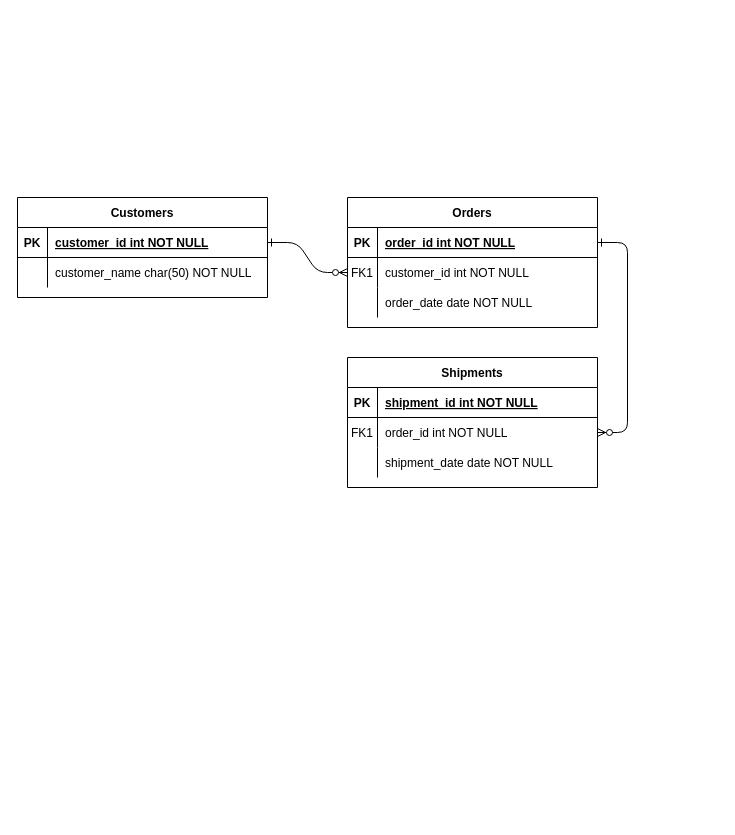
The draw.io diagram Diagrama sin título.drawio in GaabiDR/Coderhouse-Data-Analytics, before the edit. Source tidied: cells renumbered, new cells numbered last; positions are measured from the earlier drawing's top-left corner, leaving out a move shared by most shapes. Both pictures are drawn from the tidied source at 100%, with x=0, y=0 at pixel (17, 197).
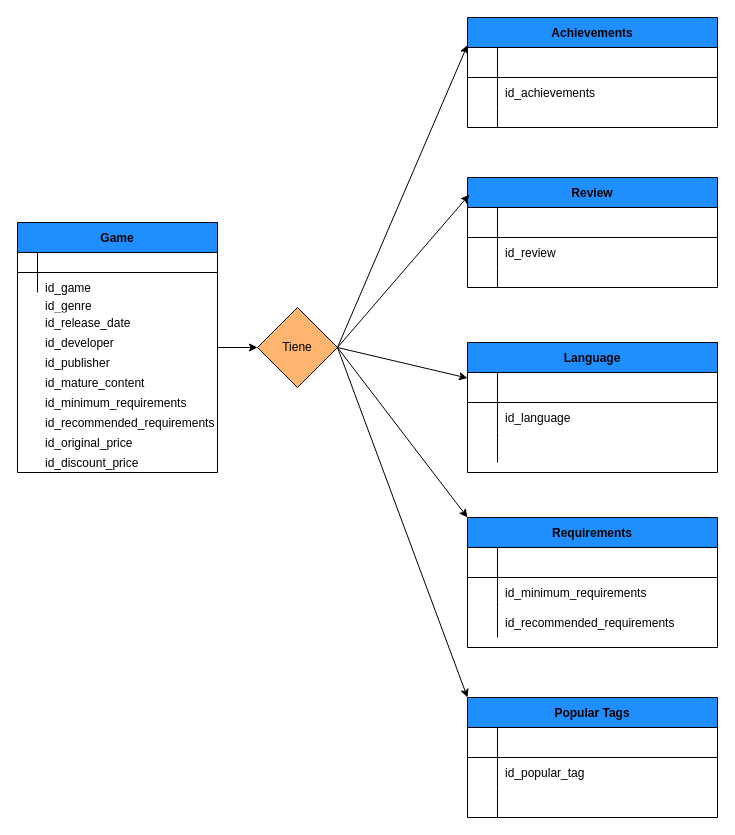
After the change.

Unchanged cells that the change refers to:
```xml
<mxCell id="5" style="shape=partialRectangle;fillColor=none;points=[[0,0.5],[1,0.5]];portConstraint=eastwest;top=0;left=0;right=0;bottom=1;" parent="4" vertex="1">
  <mxGeometry y="30" width="250" height="30" as="geometry" />
</mxCell>
<mxCell id="8" style="shape=partialRectangle;fillColor=none;points=[[0,0.5],[1,0.5]];portConstraint=eastwest;top=0;left=0;right=0;bottom=0;" parent="4" vertex="1">
  <mxGeometry y="60" width="250" height="30" as="geometry" />
</mxCell>
<mxCell id="15" style="shape=partialRectangle;fillColor=none;top=0;left=0;right=0;bottom=1;" parent="14" vertex="1">
  <mxGeometry y="30" width="250" height="30" as="geometry" />
</mxCell>
<mxCell id="18" style="shape=partialRectangle;fillColor=none;points=[[0,0.5],[1,0.5]];portConstraint=eastwest;top=0;left=0;right=0;bottom=0;" parent="14" vertex="1">
  <mxGeometry y="60" width="250" height="30" as="geometry" />
</mxCell>
<mxCell id="21" style="shape=partialRectangle;fillColor=none;top=0;left=0;right=0;bottom=0;" parent="14" vertex="1">
  <mxGeometry y="90" width="250" height="30" as="geometry" />
</mxCell>
```

What changed in the source:
```diff
@@
-    <mxCell id="2" style="edgeStyle=entityRelationEdgeStyle;endArrow=ERzeroToMany;startArrow=ERone;endFill=1;startFill=0;" parent="1" edge="1" source="25" target="8">
-      <mxGeometry relative="1" as="geometry" />
-    </mxCell>
-    <mxCell id="3" style="edgeStyle=entityRelationEdgeStyle;endArrow=ERzeroToMany;startArrow=ERone;endFill=1;startFill=0;" parent="1" edge="1" source="5" target="18">
-      <mxGeometry relative="1" as="geometry" />
-    </mxCell>
-    <mxCell id="4" value="Orders" style="shape=table;startSize=30;childLayout=tableLayout;rowLines=0;fontStyle=1;align=center;" parent="1" vertex="1">
-      <mxGeometry x="330" width="250" height="130" as="geometry" />
+    <mxCell id="4" value="Review" style="shape=table;startSize=30;childLayout=tableLayout;rowLines=0;fontStyle=1;align=center;fillColor=#1F8FFF;" parent="1" vertex="1">
+      <mxGeometry x="450" y="-20" width="250" height="110" as="geometry" />
     </mxCell>
@@
-    <mxCell id="6" value="PK" style="shape=partialRectangle;overflow=hidden;fillColor=none;top=0;left=0;bottom=0;right=0;fontStyle=1;" parent="5" vertex="1">
+    <mxCell id="6" style="shape=partialRectangle;overflow=hidden;fillColor=none;top=0;left=0;bottom=0;right=0;fontStyle=1;" parent="5" vertex="1">
       <mxGeometry width="30" height="30" as="geometry" />
     </mxCell>
-    <mxCell id="7" value="order_id int NOT NULL " style="shape=partialRectangle;overflow=hidden;fillColor=none;top=0;left=0;bottom=0;right=0;align=left;spacingLeft=6;fontStyle=5;" parent="5" vertex="1">
+    <mxCell id="7" style="shape=partialRectangle;overflow=hidden;fillColor=none;top=0;left=0;bottom=0;right=0;align=left;spacingLeft=6;fontStyle=5;" parent="5" vertex="1">
       <mxGeometry x="30" width="220" height="30" as="geometry" />
     </mxCell>
@@
-    <mxCell id="9" value="FK1" style="shape=partialRectangle;overflow=hidden;fillColor=none;top=0;left=0;bottom=0;right=0;" parent="8" vertex="1">
+    <mxCell id="9" style="shape=partialRectangle;overflow=hidden;fillColor=none;top=0;left=0;bottom=0;right=0;" parent="8" vertex="1">
       <mxGeometry width="30" height="30" as="geometry" />
     </mxCell>
-    <mxCell id="10" value="customer_id int NOT NULL" style="shape=partialRectangle;overflow=hidden;fillColor=none;top=0;left=0;bottom=0;right=0;align=left;spacingLeft=6;" parent="8" vertex="1">
+    <mxCell id="10" value="id_review" style="shape=partialRectangle;overflow=hidden;fillColor=none;top=0;left=0;bottom=0;right=0;align=left;spacingLeft=6;" parent="8" vertex="1">
       <mxGeometry x="30" width="220" height="30" as="geometry" />
     </mxCell>
     <mxCell id="11" style="shape=partialRectangle;fillColor=none;top=0;left=0;right=0;bottom=0;" parent="4" vertex="1">
-      <mxGeometry y="90" width="250" height="30" as="geometry" />
+      <mxGeometry y="90" width="250" height="20" as="geometry" />
     </mxCell>
     <mxCell id="12" style="shape=partialRectangle;overflow=hidden;fillColor=none;top=0;left=0;bottom=0;right=0;" parent="11" vertex="1">
-      <mxGeometry width="30" height="30" as="geometry" />
+      <mxGeometry width="30" height="20" as="geometry" />
     </mxCell>
-    <mxCell id="13" value="order_date date NOT NULL" style="shape=partialRectangle;overflow=hidden;fillColor=none;top=0;left=0;bottom=0;right=0;align=left;spacingLeft=6;" parent="11" vertex="1">
-      <mxGeometry x="30" width="220" height="30" as="geometry" />
+    <mxCell id="13" style="shape=partialRectangle;overflow=hidden;fillColor=none;top=0;left=0;bottom=0;right=0;align=left;spacingLeft=6;" parent="11" vertex="1">
+      <mxGeometry x="30" width="220" height="20" as="geometry" />
     </mxCell>
-    <mxCell id="14" value="Shipments" style="shape=table;startSize=30;childLayout=tableLayout;rowLines=0;fontStyle=1;align=center;" parent="1" vertex="1">
-      <mxGeometry x="330" y="160" width="250" height="130" as="geometry" />
+    <mxCell id="14" value="Language" style="shape=table;startSize=30;childLayout=tableLayout;rowLines=0;fontStyle=1;align=center;fillColor=#1F8FFF;" parent="1" vertex="1">
+      <mxGeometry x="450" y="145" width="250" height="130" as="geometry" />
     </mxCell>
@@
-    <mxCell id="16" value="PK" style="shape=partialRectangle;overflow=hidden;fillColor=none;top=0;left=0;bottom=0;right=0;fontStyle=1;" parent="15" vertex="1">
+    <mxCell id="16" style="shape=partialRectangle;overflow=hidden;fillColor=none;top=0;left=0;bottom=0;right=0;fontStyle=1;" parent="15" vertex="1">
       <mxGeometry width="30" height="30" as="geometry" />
     </mxCell>
-    <mxCell id="17" value="shipment_id int NOT NULL " style="shape=partialRectangle;overflow=hidden;fillColor=none;top=0;left=0;bottom=0;right=0;align=left;spacingLeft=6;fontStyle=5;" parent="15" vertex="1">
+    <mxCell id="17" style="shape=partialRectangle;overflow=hidden;fillColor=none;top=0;left=0;bottom=0;right=0;align=left;spacingLeft=6;fontStyle=5;" parent="15" vertex="1">
       <mxGeometry x="30" width="220" height="30" as="geometry" />
     </mxCell>
@@
-    <mxCell id="19" value="FK1" style="shape=partialRectangle;overflow=hidden;fillColor=none;top=0;left=0;bottom=0;right=0;" parent="18" vertex="1">
+    <mxCell id="19" style="shape=partialRectangle;overflow=hidden;fillColor=none;top=0;left=0;bottom=0;right=0;" parent="18" vertex="1">
       <mxGeometry width="30" height="30" as="geometry" />
     </mxCell>
-    <mxCell id="20" value="order_id int NOT NULL" style="shape=partialRectangle;overflow=hidden;fillColor=none;top=0;left=0;bottom=0;right=0;align=left;spacingLeft=6;" parent="18" vertex="1">
+    <mxCell id="20" value="id_language" style="shape=partialRectangle;overflow=hidden;fillColor=none;top=0;left=0;bottom=0;right=0;align=left;spacingLeft=6;" parent="18" vertex="1">
       <mxGeometry x="30" width="220" height="30" as="geometry" />
     </mxCell>
@@
-    <mxCell id="23" value="shipment_date date NOT NULL" style="shape=partialRectangle;overflow=hidden;fillColor=none;top=0;left=0;bottom=0;right=0;align=left;spacingLeft=6;" parent="21" vertex="1">
+    <mxCell id="23" style="shape=partialRectangle;overflow=hidden;fillColor=none;top=0;left=0;bottom=0;right=0;align=left;spacingLeft=6;" parent="21" vertex="1">
       <mxGeometry x="30" width="220" height="30" as="geometry" />
     </mxCell>
-    <mxCell id="24" value="Customers" style="shape=table;startSize=30;childLayout=tableLayout;rowLines=0;fontStyle=1;align=center;" parent="1" vertex="1">
-      <mxGeometry width="250" height="100" as="geometry" />
+    <mxCell id="24" value="Game" style="shape=table;startSize=30;childLayout=tableLayout;rowLines=0;fontStyle=1;align=center;fillColor=#1F8FFF;" parent="1" vertex="1">
+      <mxGeometry y="25" width="200" height="250" as="geometry" />
     </mxCell>
     <mxCell id="25" style="shape=partialRectangle;fillColor=none;points=[[0,0.5],[1,0.5]];portConstraint=eastwest;top=0;left=0;right=0;bottom=1;" parent="24" vertex="1">
-      <mxGeometry y="30" width="250" height="30" as="geometry" />
+      <mxGeometry y="30" width="200" height="20" as="geometry" />
     </mxCell>
-    <mxCell id="26" value="PK" style="shape=partialRectangle;overflow=hidden;fillColor=none;top=0;left=0;bottom=0;right=0;fontStyle=1;" parent="25" vertex="1">
-      <mxGeometry width="30" height="30" as="geometry" />
+    <mxCell id="26" style="shape=partialRectangle;overflow=hidden;fillColor=none;top=0;left=0;bottom=0;right=0;fontStyle=1;" parent="25" vertex="1">
+      <mxGeometry width="20" height="20" as="geometry" />
     </mxCell>
-    <mxCell id="27" value="customer_id int NOT NULL " style="shape=partialRectangle;overflow=hidden;fillColor=none;top=0;left=0;bottom=0;right=0;align=left;spacingLeft=6;fontStyle=5;" parent="25" vertex="1">
-      <mxGeometry x="30" width="220" height="30" as="geometry" />
+    <mxCell id="27" style="shape=partialRectangle;overflow=hidden;fillColor=none;top=0;left=0;bottom=0;right=0;align=left;spacingLeft=6;fontStyle=5;" parent="25" vertex="1">
+      <mxGeometry x="20" width="180" height="20" as="geometry" />
     </mxCell>
     <mxCell id="28" style="shape=partialRectangle;fillColor=none;top=0;left=0;right=0;bottom=0;" parent="24" vertex="1">
-      <mxGeometry y="60" width="250" height="30" as="geometry" />
+      <mxGeometry y="50" width="200" height="20" as="geometry" />
     </mxCell>
     <mxCell id="29" style="shape=partialRectangle;overflow=hidden;fillColor=none;top=0;left=0;bottom=0;right=0;" parent="28" vertex="1">
-      <mxGeometry width="30" height="30" as="geometry" />
+      <mxGeometry width="20" height="20" as="geometry" />
     </mxCell>
-    <mxCell id="30" value="customer_name char(50) NOT NULL" style="shape=partialRectangle;overflow=hidden;fillColor=none;top=0;left=0;bottom=0;right=0;align=left;spacingLeft=6;" parent="28" vertex="1">
-      <mxGeometry x="30" width="220" height="30" as="geometry" />
+    <mxCell id="30" style="shape=partialRectangle;overflow=hidden;fillColor=none;top=0;left=0;bottom=0;right=0;align=left;spacingLeft=6;" parent="28" vertex="1">
+      <mxGeometry x="20" width="180" height="20" as="geometry" />
     </mxCell>
+    <mxCell id="31" value="Requirements" style="shape=table;startSize=30;childLayout=tableLayout;rowLines=0;fontStyle=1;align=center;fillColor=#1F8FFF;" parent="1" vertex="1">
+      <mxGeometry x="450" y="320" width="250" height="130" as="geometry" />
+    </mxCell>
+    <mxCell id="32" style="shape=partialRectangle;fillColor=none;top=0;left=0;right=0;bottom=1;" parent="31" vertex="1">
+      <mxGeometry y="30" width="250" height="30" as="geometry" />
+    </mxCell>
+    <mxCell id="33" style="shape=partialRectangle;overflow=hidden;fillColor=none;top=0;left=0;bottom=0;right=0;fontStyle=1;" parent="32" vertex="1">
+      <mxGeometry width="30" height="30" as="geometry" />
+    </mxCell>
+    <mxCell id="34" style="shape=partialRectangle;overflow=hidden;fillColor=none;top=0;left=0;bottom=0;right=0;align=left;spacingLeft=6;fontStyle=5;" parent="32" vertex="1">
+      <mxGeometry x="30" width="220" height="30" as="geometry" />
+    </mxCell>
+    <mxCell id="35" style="shape=partialRectangle;fillColor=none;top=0;left=0;right=0;bottom=0;" parent="31" vertex="1">
+      <mxGeometry y="60" width="250" height="30" as="geometry" />
+    </mxCell>
+    <mxCell id="36" style="shape=partialRectangle;overflow=hidden;fillColor=none;top=0;left=0;bottom=0;right=0;" parent="35" vertex="1">
+      <mxGeometry width="30" height="30" as="geometry" />
+    </mxCell>
+    <mxCell id="37" value="id_minimum_requirements" style="shape=partialRectangle;overflow=hidden;fillColor=none;top=0;left=0;bottom=0;right=0;align=left;spacingLeft=6;" parent="35" vertex="1">
+      <mxGeometry x="30" width="220" height="30" as="geometry" />
+    </mxCell>
+    <mxCell id="38" style="shape=partialRectangle;fillColor=none;top=0;left=0;right=0;bottom=0;" parent="31" vertex="1">
+      <mxGeometry y="90" width="250" height="30" as="geometry" />
+    </mxCell>
+    <mxCell id="39" style="shape=partialRectangle;overflow=hidden;fillColor=none;top=0;left=0;bottom=0;right=0;" parent="38" vertex="1">
+      <mxGeometry width="30" height="30" as="geometry" />
+    </mxCell>
+    <mxCell id="40" value="id_recommended_requirements" style="shape=partialRectangle;overflow=hidden;fillColor=none;top=0;left=0;bottom=0;right=0;align=left;spacingLeft=6;" parent="38" vertex="1">
+      <mxGeometry x="30" width="220" height="30" as="geometry" />
+    </mxCell>
+    <mxCell id="41" value="Popular Tags" style="shape=table;startSize=30;childLayout=tableLayout;rowLines=0;fontStyle=1;align=center;fillColor=#1F8FFF;" parent="1" vertex="1">
+      <mxGeometry x="450" y="500" width="250" height="120" as="geometry" />
+    </mxCell>
+    <mxCell id="42" style="shape=partialRectangle;fillColor=none;top=0;left=0;right=0;bottom=1;" parent="41" vertex="1">
+      <mxGeometry y="30" width="250" height="30" as="geometry" />
+    </mxCell>
+    <mxCell id="43" style="shape=partialRectangle;overflow=hidden;fillColor=none;top=0;left=0;bottom=0;right=0;fontStyle=1;" parent="42" vertex="1">
+      <mxGeometry width="30" height="30" as="geometry" />
+    </mxCell>
+    <mxCell id="44" style="shape=partialRectangle;overflow=hidden;fillColor=none;top=0;left=0;bottom=0;right=0;align=left;spacingLeft=6;fontStyle=5;" parent="42" vertex="1">
+      <mxGeometry x="30" width="220" height="30" as="geometry" />
+    </mxCell>
+    <mxCell id="45" style="shape=partialRectangle;fillColor=none;top=0;left=0;right=0;bottom=0;" parent="41" vertex="1">
+      <mxGeometry y="60" width="250" height="30" as="geometry" />
+    </mxCell>
+    <mxCell id="46" style="shape=partialRectangle;overflow=hidden;fillColor=none;top=0;left=0;bottom=0;right=0;" parent="45" vertex="1">
+      <mxGeometry width="30" height="30" as="geometry" />
+    </mxCell>
+    <mxCell id="47" value="id_popular_tag" style="shape=partialRectangle;overflow=hidden;fillColor=none;top=0;left=0;bottom=0;right=0;align=left;spacingLeft=6;" parent="45" vertex="1">
+      <mxGeometry x="30" width="220" height="30" as="geometry" />
+    </mxCell>
+    <mxCell id="48" style="shape=partialRectangle;fillColor=none;top=0;left=0;right=0;bottom=0;" parent="41" vertex="1">
+      <mxGeometry y="90" width="250" height="30" as="geometry" />
+    </mxCell>
+    <mxCell id="49" style="shape=partialRectangle;overflow=hidden;fillColor=none;top=0;left=0;bottom=0;right=0;" parent="48" vertex="1">
+      <mxGeometry width="30" height="30" as="geometry" />
+    </mxCell>
+    <mxCell id="50" style="shape=partialRectangle;overflow=hidden;fillColor=none;top=0;left=0;bottom=0;right=0;align=left;spacingLeft=6;" parent="48" vertex="1">
+      <mxGeometry x="30" width="220" height="30" as="geometry" />
+    </mxCell>
+    <mxCell id="51" value="id_game" style="shape=partialRectangle;overflow=hidden;fillColor=none;top=0;left=0;bottom=0;right=0;align=left;spacingLeft=6;" parent="1" vertex="1">
+      <mxGeometry x="20" y="80" width="220" height="20" as="geometry" />
+    </mxCell>
+    <mxCell id="52" value="id_genre" style="shape=partialRectangle;overflow=hidden;fillColor=none;top=0;left=0;bottom=0;right=0;align=left;spacingLeft=6;" parent="1" vertex="1">
+      <mxGeometry x="20" y="100" width="60" height="15" as="geometry" />
+    </mxCell>
+    <mxCell id="53" value="id_release_date" style="shape=partialRectangle;overflow=hidden;fillColor=none;top=0;left=0;bottom=0;right=0;align=left;spacingLeft=6;" parent="1" vertex="1">
+      <mxGeometry x="20" y="115" width="100" height="20" as="geometry" />
+    </mxCell>
+    <mxCell id="54" value="id_developer" style="shape=partialRectangle;overflow=hidden;fillColor=none;top=0;left=0;bottom=0;right=0;align=left;spacingLeft=6;" parent="1" vertex="1">
+      <mxGeometry x="20" y="135" width="100" height="20" as="geometry" />
+    </mxCell>
+    <mxCell id="55" value="id_publisher" style="shape=partialRectangle;overflow=hidden;fillColor=none;top=0;left=0;bottom=0;right=0;align=left;spacingLeft=6;" parent="1" vertex="1">
+      <mxGeometry x="20" y="155" width="100" height="20" as="geometry" />
+    </mxCell>
+    <mxCell id="56" value="id_mature_content" style="shape=partialRectangle;overflow=hidden;fillColor=none;top=0;left=0;bottom=0;right=0;align=left;spacingLeft=6;" parent="1" vertex="1">
+      <mxGeometry x="20" y="175" width="110" height="20" as="geometry" />
+    </mxCell>
+    <mxCell id="57" value="id_minimum_requirements" style="shape=partialRectangle;overflow=hidden;fillColor=none;top=0;left=0;bottom=0;right=0;align=left;spacingLeft=6;" parent="1" vertex="1">
+      <mxGeometry x="20" y="195" width="160" height="20" as="geometry" />
+    </mxCell>
+    <mxCell id="58" value="id_recommended_requirements" style="shape=partialRectangle;overflow=hidden;fillColor=none;top=0;left=0;bottom=0;right=0;align=left;spacingLeft=6;" parent="1" vertex="1">
+      <mxGeometry x="20" y="215" width="180" height="20" as="geometry" />
+    </mxCell>
+    <mxCell id="59" value="id_original_price" style="shape=partialRectangle;overflow=hidden;fillColor=none;top=0;left=0;bottom=0;right=0;align=left;spacingLeft=6;" parent="1" vertex="1">
+      <mxGeometry x="20" y="235" width="180" height="20" as="geometry" />
+    </mxCell>
+    <mxCell id="60" value="id_discount_price" style="shape=partialRectangle;overflow=hidden;fillColor=none;top=0;left=0;bottom=0;right=0;align=left;spacingLeft=6;" parent="1" vertex="1">
+      <mxGeometry x="20" y="255" width="180" height="20" as="geometry" />
+    </mxCell>
+    <mxCell id="61" value="Achievements" style="shape=table;startSize=30;childLayout=tableLayout;rowLines=0;fontStyle=1;align=center;fillColor=#1F8FFF;" parent="1" vertex="1">
+      <mxGeometry x="450" y="-180" width="250" height="110" as="geometry" />
+    </mxCell>
+    <mxCell id="62" style="shape=partialRectangle;fillColor=none;top=0;left=0;right=0;bottom=1;" parent="61" vertex="1">
+      <mxGeometry y="30" width="250" height="30" as="geometry" />
+    </mxCell>
+    <mxCell id="63" style="shape=partialRectangle;overflow=hidden;fillColor=none;top=0;left=0;bottom=0;right=0;fontStyle=1;" parent="62" vertex="1">
+      <mxGeometry width="30" height="30" as="geometry" />
+    </mxCell>
+    <mxCell id="64" style="shape=partialRectangle;overflow=hidden;fillColor=none;top=0;left=0;bottom=0;right=0;align=left;spacingLeft=6;fontStyle=5;" parent="62" vertex="1">
+      <mxGeometry x="30" width="220" height="30" as="geometry" />
+    </mxCell>
+    <mxCell id="65" style="shape=partialRectangle;fillColor=none;top=0;left=0;right=0;bottom=0;" parent="61" vertex="1">
+      <mxGeometry y="60" width="250" height="30" as="geometry" />
+    </mxCell>
+    <mxCell id="66" style="shape=partialRectangle;overflow=hidden;fillColor=none;top=0;left=0;bottom=0;right=0;" parent="65" vertex="1">
+      <mxGeometry width="30" height="30" as="geometry" />
+    </mxCell>
+    <mxCell id="67" value="id_achievements" style="shape=partialRectangle;overflow=hidden;fillColor=none;top=0;left=0;bottom=0;right=0;align=left;spacingLeft=6;" parent="65" vertex="1">
+      <mxGeometry x="30" width="220" height="30" as="geometry" />
+    </mxCell>
+    <mxCell id="68" style="shape=partialRectangle;fillColor=none;top=0;left=0;right=0;bottom=0;" parent="61" vertex="1">
+      <mxGeometry y="90" width="250" height="20" as="geometry" />
+    </mxCell>
+    <mxCell id="69" style="shape=partialRectangle;overflow=hidden;fillColor=none;top=0;left=0;bottom=0;right=0;" parent="68" vertex="1">
+      <mxGeometry width="30" height="20" as="geometry" />
+    </mxCell>
+    <mxCell id="70" style="shape=partialRectangle;overflow=hidden;fillColor=none;top=0;left=0;bottom=0;right=0;align=left;spacingLeft=6;" parent="68" vertex="1">
+      <mxGeometry x="30" width="220" height="20" as="geometry" />
+    </mxCell>
+    <mxCell id="71" style="endArrow=classic;html=1;rounded=0;entryX=0;entryY=0.25;entryDx=0;entryDy=0;exitX=1;exitY=0.5;exitDx=0;exitDy=0;" parent="1" edge="1" source="74" target="61">
+      <mxGeometry relative="1" as="geometry" />
+    </mxCell>
+    <mxCell id="72" style="endArrow=classic;html=1;rounded=0;" parent="1" edge="1" source="24" target="74">
+      <mxGeometry relative="1" as="geometry" />
+    </mxCell>
+    <mxCell id="73" style="endArrow=classic;html=1;rounded=0;entryX=0.007;entryY=0.157;entryDx=0;entryDy=0;entryPerimeter=0;" parent="1" edge="1" target="4">
+      <mxGeometry relative="1" as="geometry">
+        <mxPoint x="320" y="150" as="sourcePoint" />
+      </mxGeometry>
+    </mxCell>
+    <mxCell id="74" value="Tiene" style="rhombus;whiteSpace=wrap;html=1;fillColor=#FFB570;" parent="1" vertex="1">
+      <mxGeometry x="240" y="110" width="80" height="80" as="geometry" />
+    </mxCell>
+    <mxCell id="75" style="endArrow=classic;html=1;rounded=0;exitX=1;exitY=0.5;exitDx=0;exitDy=0;" parent="1" edge="1" source="74" target="14">
+      <mxGeometry relative="1" as="geometry" />
+    </mxCell>
+    <mxCell id="76" style="endArrow=classic;html=1;rounded=0;entryX=0;entryY=0;entryDx=0;entryDy=0;exitX=1;exitY=0.5;exitDx=0;exitDy=0;" parent="1" edge="1" source="74" target="31">
+      <mxGeometry relative="1" as="geometry" />
+    </mxCell>
+    <mxCell id="77" style="endArrow=classic;html=1;rounded=0;" parent="1" edge="1">
+      <mxGeometry relative="1" as="geometry">
+        <mxPoint x="320" y="150" as="sourcePoint" />
+        <mxPoint x="450" y="500" as="targetPoint" />
+      </mxGeometry>
+    </mxCell>
```
